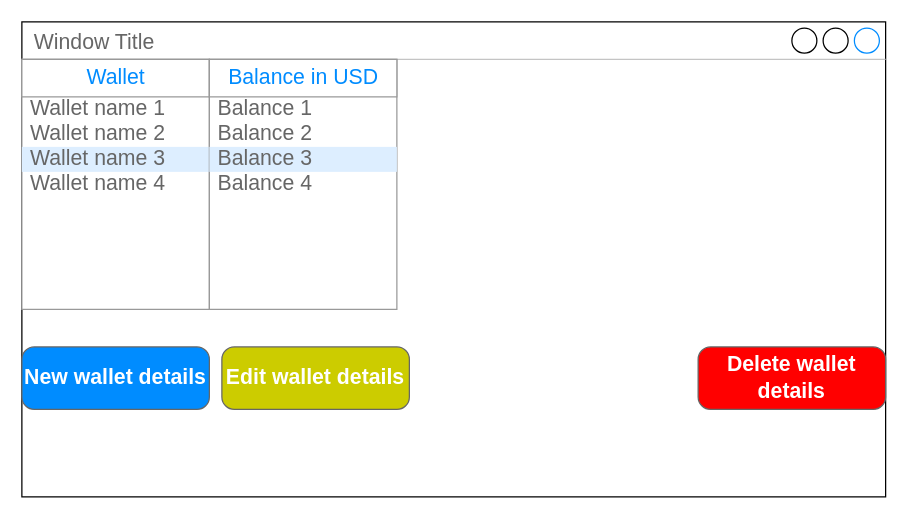
Before: Documentation/Mockups/OverviewWallet.drawio in Total1880/OlavCrypto, a draw.io diagram. Source tidied: cells renumbered, new cells numbered last; positions are measured from the earlier drawing's top-left corner, leaving out a move shared by most shapes. Both pictures are drawn from the tidied source at 125%, with x=0, y=0 at pixel (21, 21).
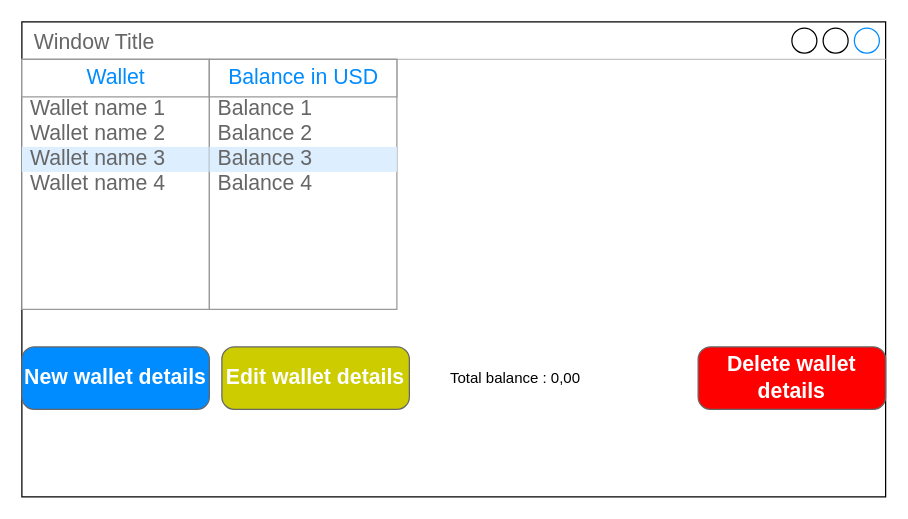
The same page after the edit.

Commit message (it also covers changes not shown here):
show total balance

The edit, as a diff of the source:
```diff
@@
+    <mxCell id="18" value="Total balance : 0,00" style="text;html=1;strokeColor=none;fillColor=none;align=center;verticalAlign=middle;whiteSpace=wrap;rounded=0;" parent="1" vertex="1">
+      <mxGeometry x="330" y="275" width="130" height="20" as="geometry" />
+    </mxCell>
```
